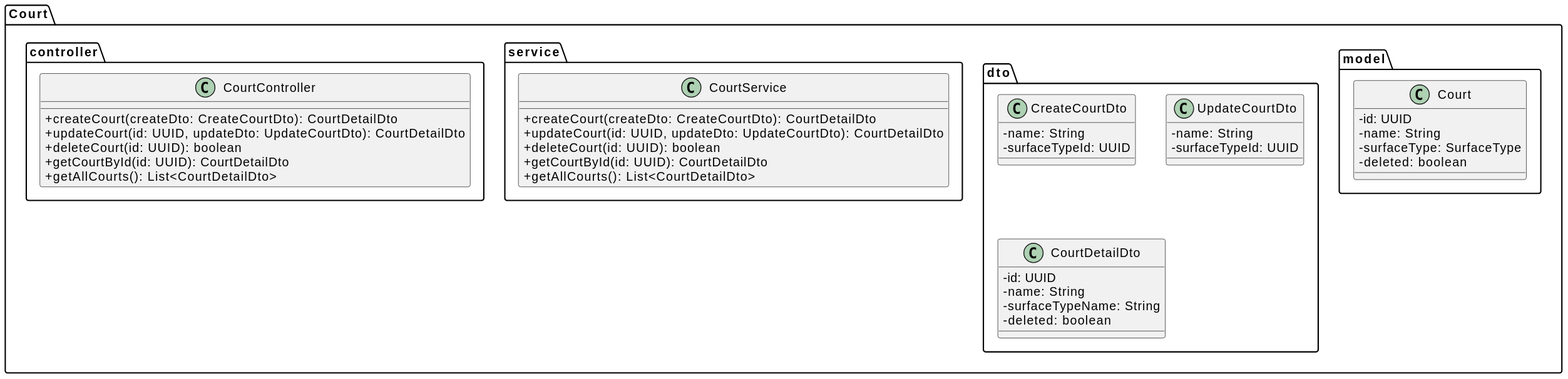
Earlier version of the PlantUML export docs/diagram-img/class-court.svg (tondracek/inqool-tennis). Its diagram source:
```plantuml
@startuml
skinparam classAttributeIconSize 0

package "Court" {

	package "model" {
	  class Court {
	    - id: UUID
	    - name: String
	    - surfaceType: SurfaceType
	    - deleted: boolean
	  }
	}

	package "dto" {
		class CreateCourtDto {
			- name: String
			- surfaceTypeId: UUID
		}

		class UpdateCourtDto {
			- name: String
			- surfaceTypeId: UUID
		}

		class CourtDetailDto {
			- id: UUID
			- name: String
			- surfaceTypeName: String
			- deleted: boolean
		}
	}

	package "service" {
		class CourtService {
			+ createCourt(createDto: CreateCourtDto): CourtDetailDto
			+ updateCourt(id: UUID, updateDto: UpdateCourtDto): CourtDetailDto
			+ deleteCourt(id: UUID): boolean
			+ getCourtById(id: UUID): CourtDetailDto
			+ getAllCourts(): List<CourtDetailDto>
		}
	}

	package "controller" {
		class CourtController {
			+ createCourt(createDto: CreateCourtDto): CourtDetailDto
			+ updateCourt(id: UUID, updateDto: UpdateCourtDto): CourtDetailDto
			+ deleteCourt(id: UUID): boolean
			+ getCourtById(id: UUID): CourtDetailDto
			+ getAllCourts(): List<CourtDetailDto>
		}
	}
}
@enduml
```
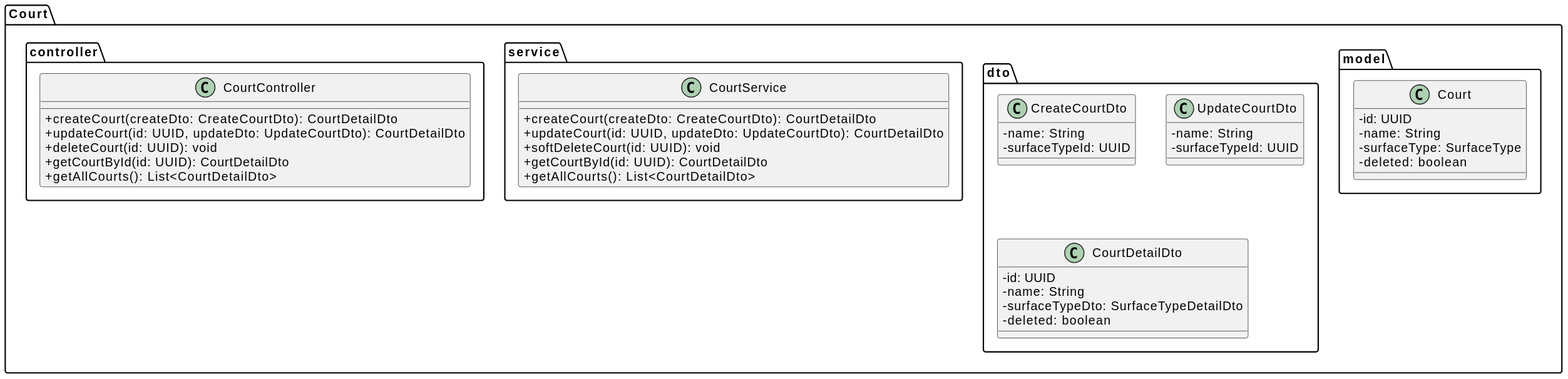
The same diagram one commit later.

What changed in the source:
```diff
@@ -26,7 +26,7 @@
 		class CourtDetailDto {
 			- id: UUID
 			- name: String
-			- surfaceTypeName: String
+			- surfaceTypeDto: SurfaceTypeDetailDto
 			- deleted: boolean
 		}
 	}
@@ -35,7 +35,7 @@
 		class CourtService {
 			+ createCourt(createDto: CreateCourtDto): CourtDetailDto
 			+ updateCourt(id: UUID, updateDto: UpdateCourtDto): CourtDetailDto
-			+ deleteCourt(id: UUID): boolean
+			+ softDeleteCourt(id: UUID): void
 			+ getCourtById(id: UUID): CourtDetailDto
 			+ getAllCourts(): List<CourtDetailDto>
 		}
@@ -45,7 +45,7 @@
 		class CourtController {
 			+ createCourt(createDto: CreateCourtDto): CourtDetailDto
 			+ updateCourt(id: UUID, updateDto: UpdateCourtDto): CourtDetailDto
-			+ deleteCourt(id: UUID): boolean
+			+ deleteCourt(id: UUID): void
 			+ getCourtById(id: UUID): CourtDetailDto
 			+ getAllCourts(): List<CourtDetailDto>
 		}
```
